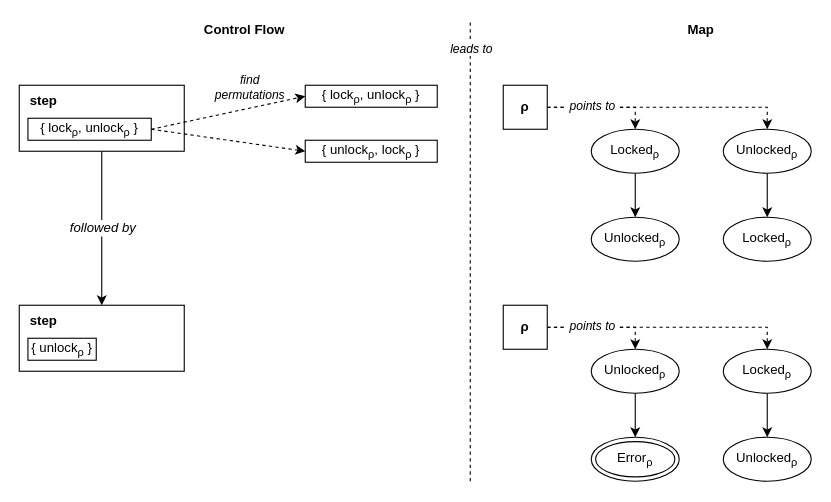
andersfischernielsen/Finding-Resource-Manipulation-Bugs-with-Monitor-Automata-on-the-Example-of-the-Linux-Kernel keeps this draw.io diagram as implementation/figures/permutation-copy.drawio. Above is the earlier version. Source tidied: cells renumbered, new cells numbered last; positions are measured from the earlier drawing's top-left corner, leaving out a move shared by most shapes. Both pictures are drawn from the tidied source at 110%, with x=0, y=0 at pixel (19, 19).
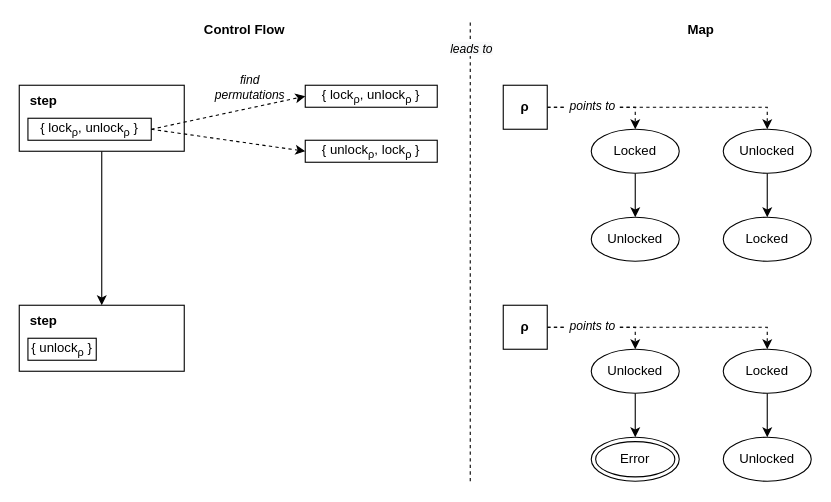
Above is the later version.

The change refers to these unchanged cells:
```xml
<mxCell id="2" style="edgeStyle=none;rounded=0;jettySize=auto;html=1;exitX=0.5;exitY=1;exitDx=0;exitDy=0;entryX=0.5;entryY=0;entryDx=0;entryDy=0;" parent="1" edge="1" source="5" target="11">
  <mxGeometry relative="1" as="geometry" />
</mxCell>
```

The edit, as a diff of the source:
```diff
@@
-    <mxCell id="3" value="&lt;i&gt;followed by&lt;/i&gt;" style="text;html=1;align=center;verticalAlign=middle;labelBackgroundColor=#ffffff;" parent="2" vertex="1">
-      <mxGeometry x="-0.18" relative="1" as="geometry">
-        <mxPoint y="12" as="offset" />
-      </mxGeometry>
-    </mxCell>
@@
-    <mxCell id="18" value="&lt;span style=&quot;font-size: 12px&quot;&gt;Locked&lt;/span&gt;&lt;sub&gt;ρ&lt;/sub&gt;" style="ellipse;whiteSpace=wrap;html=1;align=center;" parent="1" vertex="1">
+    <mxCell id="18" value="&lt;span style=&quot;font-size: 12px&quot;&gt;Locked&lt;/span&gt;" style="ellipse;whiteSpace=wrap;html=1;align=center;" parent="1" vertex="1">
       <mxGeometry x="520" y="100" width="80" height="40" as="geometry" />
     </mxCell>
@@
-    <mxCell id="22" value="Unlocked&lt;sub&gt;ρ&lt;/sub&gt;" style="ellipse;whiteSpace=wrap;html=1;align=center;" parent="1" vertex="1">
+    <mxCell id="22" value="Unlocked" style="ellipse;whiteSpace=wrap;html=1;align=center;" parent="1" vertex="1">
       <mxGeometry x="640" y="100" width="80" height="40" as="geometry" />
     </mxCell>
@@
-    <mxCell id="28" value="Unlocked&lt;sub&gt;ρ&lt;/sub&gt;" style="ellipse;whiteSpace=wrap;html=1;align=center;" parent="1" vertex="1">
+    <mxCell id="28" value="Unlocked" style="ellipse;whiteSpace=wrap;html=1;align=center;" parent="1" vertex="1">
       <mxGeometry x="520" y="180" width="80" height="40" as="geometry" />
     </mxCell>
-    <mxCell id="29" value="Locked&lt;sub&gt;ρ&lt;/sub&gt;" style="ellipse;whiteSpace=wrap;html=1;align=center;" parent="1" vertex="1">
+    <mxCell id="29" value="Locked" style="ellipse;whiteSpace=wrap;html=1;align=center;" parent="1" vertex="1">
       <mxGeometry x="640" y="180" width="80" height="40" as="geometry" />
     </mxCell>
-    <mxCell id="30" value="&lt;span style=&quot;white-space: normal&quot;&gt;Error&lt;/span&gt;&lt;sub style=&quot;white-space: normal&quot;&gt;ρ&lt;/sub&gt;" style="ellipse;shape=doubleEllipse;whiteSpace=wrap;html=1;align=center;" parent="1" vertex="1">
+    <mxCell id="30" value="&lt;span style=&quot;white-space: normal&quot;&gt;Error&lt;/span&gt;" style="ellipse;shape=doubleEllipse;whiteSpace=wrap;html=1;align=center;" parent="1" vertex="1">
       <mxGeometry x="520" y="380" width="80" height="40" as="geometry" />
     </mxCell>
@@
-    <mxCell id="36" value="&lt;span style=&quot;font-size: 12px&quot;&gt;Unlocked&lt;/span&gt;&lt;sub&gt;ρ&lt;/sub&gt;" style="ellipse;whiteSpace=wrap;html=1;align=center;" parent="1" vertex="1">
+    <mxCell id="36" value="&lt;span style=&quot;font-size: 12px&quot;&gt;Unlocked&lt;/span&gt;" style="ellipse;whiteSpace=wrap;html=1;align=center;" parent="1" vertex="1">
       <mxGeometry x="520" y="300" width="80" height="40" as="geometry" />
     </mxCell>
@@
-    <mxCell id="38" value="Locked&lt;sub&gt;ρ&lt;/sub&gt;" style="ellipse;whiteSpace=wrap;html=1;align=center;" parent="1" vertex="1">
+    <mxCell id="38" value="Locked" style="ellipse;whiteSpace=wrap;html=1;align=center;" parent="1" vertex="1">
       <mxGeometry x="640" y="300" width="80" height="40" as="geometry" />
     </mxCell>
-    <mxCell id="39" value="Unlocked&lt;sub&gt;ρ&lt;/sub&gt;" style="ellipse;whiteSpace=wrap;html=1;align=center;" parent="1" vertex="1">
+    <mxCell id="39" value="Unlocked" style="ellipse;whiteSpace=wrap;html=1;align=center;" parent="1" vertex="1">
       <mxGeometry x="640" y="380" width="80" height="40" as="geometry" />
     </mxCell>
```
